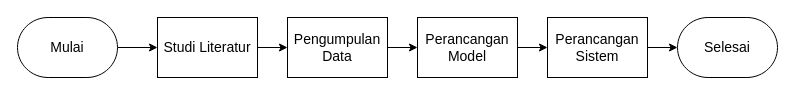
Earlier version of the draw.io diagram metopen.drawio (meisyareptiana/design_database). Source tidied: cells renumbered, new cells numbered last; positions are measured from the earlier drawing's top-left corner, leaving out a move shared by most shapes. Both pictures are drawn from the tidied source at 100%, with x=0, y=0 at pixel (17, 17).
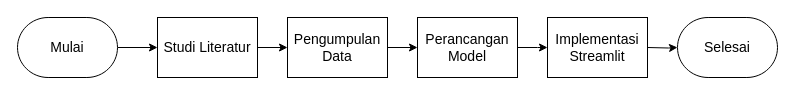
The same diagram, later.

The edit, as a diff of the source:
```diff
@@
 <mxGraphModel>
   <root>
     <mxCell id="0" />
     <mxCell id="1" parent="0" />
     <mxCell id="2" style="edgeStyle=orthogonalEdgeStyle;rounded=0;jettySize=auto;html=1;" parent="1" edge="1" source="3" target="7">
       <mxGeometry relative="1" as="geometry" />
     </mxCell>
     <mxCell id="3" value="&lt;font style=&quot;font-size: 14px;&quot;&gt;Mulai&lt;/font&gt;" style="html=1;shape=mxgraph.flowchart.terminator;whiteSpace=wrap;" parent="1" vertex="1">
       <mxGeometry width="100" height="60" as="geometry" />
     </mxCell>
     <mxCell id="4" style="edgeStyle=orthogonalEdgeStyle;rounded=0;jettySize=auto;html=1;" parent="1" edge="1" source="5" target="9">
       <mxGeometry relative="1" as="geometry" />
     </mxCell>
     <mxCell id="5" value="&lt;font style=&quot;font-size: 14px;&quot;&gt;Pengumpulan Data&lt;/font&gt;" style="rounded=0;whiteSpace=wrap;html=1;" parent="1" vertex="1">
       <mxGeometry x="270" width="100" height="60" as="geometry" />
     </mxCell>
     <mxCell id="6" style="edgeStyle=orthogonalEdgeStyle;rounded=0;jettySize=auto;html=1;" parent="1" edge="1" source="7" target="5">
       <mxGeometry relative="1" as="geometry" />
     </mxCell>
     <mxCell id="7" value="&lt;font style=&quot;font-size: 14px;&quot;&gt;Studi Literatur&lt;/font&gt;" style="rounded=0;whiteSpace=wrap;html=1;" parent="1" vertex="1">
       <mxGeometry x="140" width="100" height="60" as="geometry" />
     </mxCell>
-    <mxCell id="8" style="edgeStyle=orthogonalEdgeStyle;rounded=0;jettySize=auto;html=1;" parent="1" edge="1" source="9" target="11">
-      <mxGeometry relative="1" as="geometry" />
+    <mxCell id="8" style="edgeStyle=orthogonalEdgeStyle;rounded=0;jettySize=auto;html=1;" parent="1" edge="1" source="9">
+      <mxGeometry relative="1" as="geometry">
+        <mxPoint x="530" y="30" as="targetPoint" />
+      </mxGeometry>
     </mxCell>
     <mxCell id="9" value="&lt;font style=&quot;font-size: 14px;&quot;&gt;Perancangan Model&lt;/font&gt;" style="rounded=0;whiteSpace=wrap;html=1;" parent="1" vertex="1">
       <mxGeometry x="400" width="100" height="60" as="geometry" />
     </mxCell>
-    <mxCell id="10" style="edgeStyle=orthogonalEdgeStyle;rounded=0;jettySize=auto;html=1;" parent="1" edge="1" source="11" target="12">
-      <mxGeometry relative="1" as="geometry" />
+    <mxCell id="10" style="edgeStyle=orthogonalEdgeStyle;rounded=0;jettySize=auto;html=1;" parent="1" edge="1" target="12">
+      <mxGeometry relative="1" as="geometry">
+        <mxPoint x="630" y="30" as="sourcePoint" />
+      </mxGeometry>
     </mxCell>
-    <mxCell id="11" value="&lt;span style=&quot;font-size: 14px;&quot;&gt;Perancangan Sistem&lt;/span&gt;" style="rounded=0;whiteSpace=wrap;html=1;" parent="1" vertex="1">
-      <mxGeometry x="530" width="100" height="60" as="geometry" />
-    </mxCell>
     <mxCell id="12" value="&lt;font style=&quot;font-size: 14px;&quot;&gt;Selesai&lt;/font&gt;" style="html=1;shape=mxgraph.flowchart.terminator;whiteSpace=wrap;" parent="1" vertex="1">
       <mxGeometry x="660" width="100" height="60" as="geometry" />
     </mxCell>
+    <mxCell id="13" value="Implementasi Streamlit" style="rounded=0;whiteSpace=wrap;html=1;fontSize=14;" parent="1" vertex="1">
+      <mxGeometry x="530" width="100" height="60" as="geometry" />
+    </mxCell>
   </root>
 </mxGraphModel>
```
